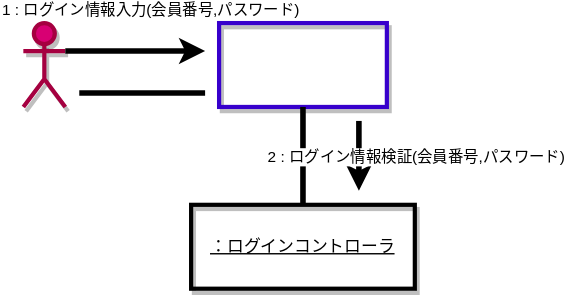
This is 図5-1 コミュニケーション図の例.drawio.svg from masakan590/uml-introduction, a draw.io export, as it was before one commit. Source tidied: cells renumbered, new cells last; positions are measured from the earlier drawing's top-left corner, leaving out a move shared by most shapes.
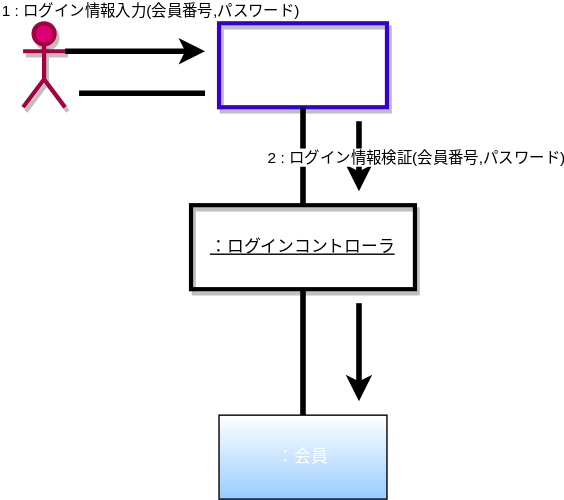
Above is the later version.

What changed in the source:
```diff
@@ -42,5 +42,22 @@
         <mxPoint x="40" as="offset" />
       </mxGeometry>
     </mxCell>
+    <mxCell id="11" style="endArrow=none;html=1;fontColor=#FFFFFF;entryX=0.5;entryY=1;entryDx=0;entryDy=0;exitX=0.5;exitY=0;exitDx=0;exitDy=0;strokeWidth=4;" parent="1" edge="1" source="12" target="6">
+      <mxGeometry relative="1" as="geometry" />
+    </mxCell>
+    <mxCell id="12" value="：会員" style="rounded=0;whiteSpace=wrap;html=1;fontColor=#FFFFFF;gradientColor=#99CCFF;" parent="1" vertex="1">
+      <mxGeometry x="140" y="280" width="120" height="60" as="geometry" />
+    </mxCell>
+    <mxCell id="13" style="endArrow=classic;html=1;strokeWidth=4;fontColor=#FFFFFF;" parent="1" edge="1">
+      <mxGeometry relative="1" as="geometry">
+        <mxPoint x="240" y="200" as="sourcePoint" />
+        <mxPoint x="240" y="270" as="targetPoint" />
+      </mxGeometry>
+    </mxCell>
+    <mxCell id="14" value="3 : 会員情報取得()" style="edgeLabel;html=1;align=center;verticalAlign=middle;fontColor=#FFFFFF;" parent="13" vertex="1">
+      <mxGeometry relative="1" as="geometry">
+        <mxPoint x="65" as="offset" />
+      </mxGeometry>
+    </mxCell>
   </root>
 </mxGraphModel>
```
